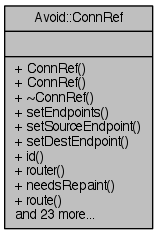
Above: documentation/classAvoid_1_1ConnRef__coll__graph.png in mjwybrow/adaptagrams (Graphviz), before the change. Its source is kept beside it as documentation/classAvoid_1_1ConnRef__coll__graph.dot.
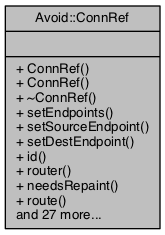
After the change.

What changed in the source:
```diff
@@ -2,5 +2,5 @@
 {
   edge [fontname="Helvetica",fontsize="10",labelfontname="Helvetica",labelfontsize="10"];
   node [fontname="Helvetica",fontsize="10",shape=record];
-  Node1 [label="{Avoid::ConnRef\n||+ ConnRef()\l+ ConnRef()\l+ ~ConnRef()\l+ setEndpoints()\l+ setSourceEndpoint()\l+ setDestEndpoint()\l+ id()\l+ router()\l+ needsRepaint()\l+ route()\land 23 more...\l}",height=0.2,width=0.4,color="black", fillcolor="grey75", style="filled" fontcolor="black"];
+  Node1 [label="{Avoid::ConnRef\n||+ ConnRef()\l+ ConnRef()\l+ ~ConnRef()\l+ setEndpoints()\l+ setSourceEndpoint()\l+ setDestEndpoint()\l+ id()\l+ router()\l+ needsRepaint()\l+ route()\land 27 more...\l}",height=0.2,width=0.4,color="black", fillcolor="grey75", style="filled", fontcolor="black"];
 }
```
